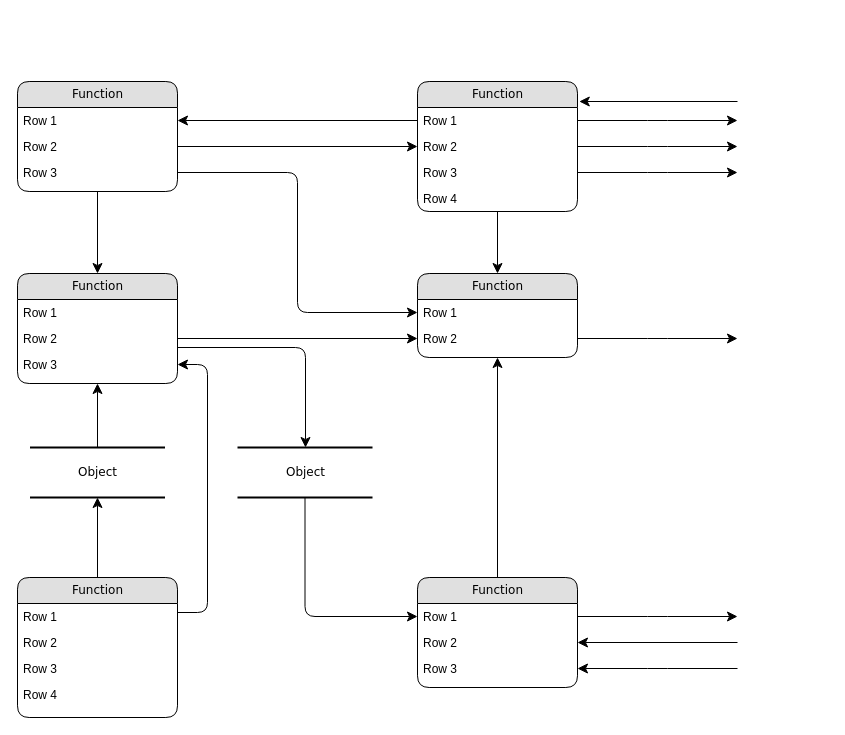
The draw.io diagram docs/source/architecture/models/Diagramme sans nom.drawio in LaurentJouron/defilepsie, before the edit. Source tidied: cells renumbered, new cells numbered last; positions are measured from the earlier drawing's top-left corner, leaving out a move shared by most shapes. Both pictures are drawn from the tidied source at 100%, with x=0, y=0 at pixel (17, 81).
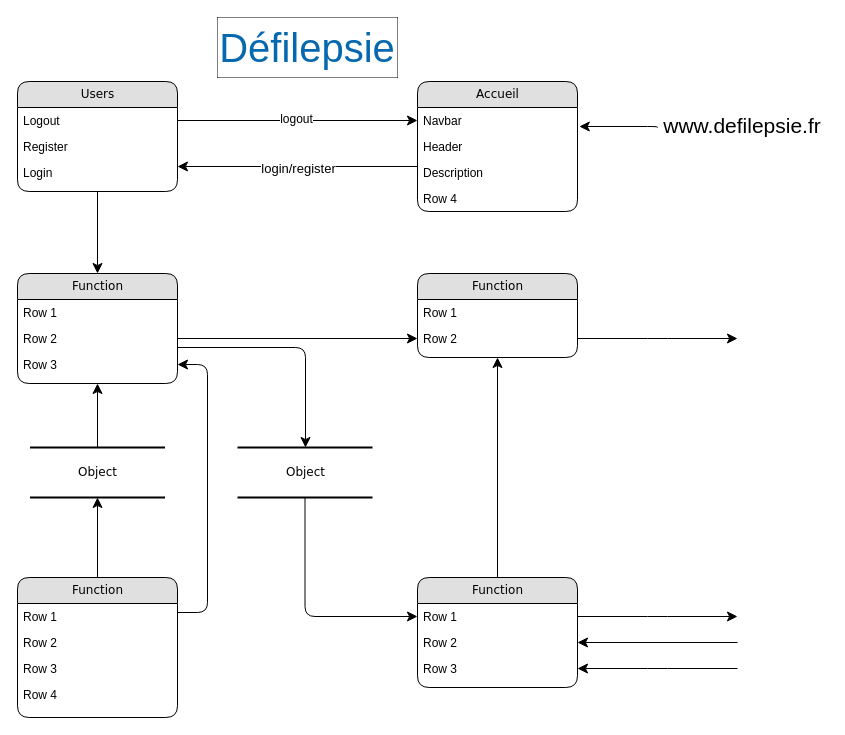
After the change.

Commit message:
Mettre à jour Diagramme sans nom.drawio

The change refers to these unchanged cells:
```xml
<mxCell id="21" value="Function" style="swimlane;html=1;fontStyle=0;horizontal=1;startSize=26;fillColor=#e0e0e0;swimlaneFillColor=#ffffff;align=center;rounded=1;shadow=0;comic=0;labelBackgroundColor=none;strokeWidth=1;fontFamily=Verdana;fontSize=12;" parent="1" vertex="1">
  <mxGeometry x="400" y="192" width="160" height="84" as="geometry" />
</mxCell>
<mxCell id="22" value="Row 1" style="text;html=1;strokeColor=none;fillColor=none;spacingLeft=4;spacingRight=4;whiteSpace=wrap;overflow=hidden;points=[[0,0.5],[1,0.5]];portConstraint=eastwest;" parent="21" vertex="1">
  <mxGeometry y="26" width="160" height="26" as="geometry" />
</mxCell>
```

The edit, as a diff of the source:
```diff
@@
-    <mxCell id="3" value="Function" style="swimlane;html=1;fontStyle=0;horizontal=1;startSize=26;fillColor=#e0e0e0;swimlaneFillColor=#ffffff;align=center;rounded=1;shadow=0;comic=0;labelBackgroundColor=none;strokeWidth=1;fontFamily=Verdana;fontSize=12;" parent="1" vertex="1">
+    <mxCell id="3" value="Users" style="swimlane;html=1;fontStyle=0;horizontal=1;startSize=26;fillColor=#e0e0e0;swimlaneFillColor=#ffffff;align=center;rounded=1;shadow=0;comic=0;labelBackgroundColor=none;strokeWidth=1;fontFamily=Verdana;fontSize=12;" parent="1" vertex="1">
       <mxGeometry width="160" height="110" as="geometry" />
     </mxCell>
+    <mxCell id="5" value="Logout" style="text;html=1;strokeColor=none;fillColor=none;spacingLeft=4;spacingRight=4;whiteSpace=wrap;overflow=hidden;points=[[0,0.5],[1,0.5]];portConstraint=eastwest;" parent="3" vertex="1">
+      <mxGeometry y="26" width="160" height="26" as="geometry" />
+    </mxCell>
-    <mxCell id="4" value="Row 1" style="text;html=1;strokeColor=none;fillColor=none;spacingLeft=4;spacingRight=4;whiteSpace=wrap;overflow=hidden;points=[[0,0.5],[1,0.5]];portConstraint=eastwest;" parent="3" vertex="1">
-      <mxGeometry y="26" width="160" height="26" as="geometry" />
+    <mxCell id="4" value="Register" style="text;html=1;strokeColor=none;fillColor=none;spacingLeft=4;spacingRight=4;whiteSpace=wrap;overflow=hidden;points=[[0,0.5],[1,0.5]];portConstraint=eastwest;" parent="3" vertex="1">
+      <mxGeometry y="52" width="160" height="26" as="geometry" />
     </mxCell>
-    <mxCell id="5" value="Row 2" style="text;html=1;strokeColor=none;fillColor=none;spacingLeft=4;spacingRight=4;whiteSpace=wrap;overflow=hidden;points=[[0,0.5],[1,0.5]];portConstraint=eastwest;" parent="3" vertex="1">
-      <mxGeometry y="52" width="160" height="26" as="geometry" />
-    </mxCell>
-    <mxCell id="6" value="Row 3" style="text;html=1;strokeColor=none;fillColor=none;spacingLeft=4;spacingRight=4;whiteSpace=wrap;overflow=hidden;points=[[0,0.5],[1,0.5]];portConstraint=eastwest;" parent="3" vertex="1">
+    <mxCell id="6" value="Login" style="text;html=1;strokeColor=none;fillColor=none;spacingLeft=4;spacingRight=4;whiteSpace=wrap;overflow=hidden;points=[[0,0.5],[1,0.5]];portConstraint=eastwest;" parent="3" vertex="1">
       <mxGeometry y="78" width="160" height="26" as="geometry" />
     </mxCell>
-    <mxCell id="7" value="Function" style="swimlane;html=1;fontStyle=0;horizontal=1;startSize=26;fillColor=#e0e0e0;swimlaneFillColor=#ffffff;align=center;rounded=1;shadow=0;comic=0;labelBackgroundColor=none;strokeWidth=1;fontFamily=Verdana;fontSize=12;" parent="1" vertex="1">
+    <mxCell id="7" value="Accueil" style="swimlane;html=1;fontStyle=0;horizontal=1;startSize=26;fillColor=#e0e0e0;swimlaneFillColor=#ffffff;align=center;rounded=1;shadow=0;comic=0;labelBackgroundColor=none;strokeWidth=1;fontFamily=Verdana;fontSize=12;" parent="1" vertex="1">
       <mxGeometry x="400" width="160" height="130" as="geometry" />
     </mxCell>
-    <mxCell id="8" value="Row 1" style="text;html=1;strokeColor=none;fillColor=none;spacingLeft=4;spacingRight=4;whiteSpace=wrap;overflow=hidden;points=[[0,0.5],[1,0.5]];portConstraint=eastwest;" parent="7" vertex="1">
+    <mxCell id="8" value="Navbar" style="text;html=1;strokeColor=none;fillColor=none;spacingLeft=4;spacingRight=4;whiteSpace=wrap;overflow=hidden;points=[[0,0.5],[1,0.5]];portConstraint=eastwest;" parent="7" vertex="1">
       <mxGeometry y="26" width="160" height="26" as="geometry" />
     </mxCell>
+    <mxCell id="10" value="Header" style="text;html=1;strokeColor=none;fillColor=none;spacingLeft=4;spacingRight=4;whiteSpace=wrap;overflow=hidden;points=[[0,0.5],[1,0.5]];portConstraint=eastwest;" parent="7" vertex="1">
+      <mxGeometry y="52" width="160" height="26" as="geometry" />
+    </mxCell>
-    <mxCell id="9" value="Row 2" style="text;html=1;strokeColor=none;fillColor=none;spacingLeft=4;spacingRight=4;whiteSpace=wrap;overflow=hidden;points=[[0,0.5],[1,0.5]];portConstraint=eastwest;" parent="7" vertex="1">
-      <mxGeometry y="52" width="160" height="26" as="geometry" />
+    <mxCell id="9" value="Description" style="text;html=1;strokeColor=none;fillColor=none;spacingLeft=4;spacingRight=4;whiteSpace=wrap;overflow=hidden;points=[[0,0.5],[1,0.5]];portConstraint=eastwest;" parent="7" vertex="1">
+      <mxGeometry y="78" width="160" height="26" as="geometry" />
     </mxCell>
-    <mxCell id="10" value="Row 3" style="text;html=1;strokeColor=none;fillColor=none;spacingLeft=4;spacingRight=4;whiteSpace=wrap;overflow=hidden;points=[[0,0.5],[1,0.5]];portConstraint=eastwest;" parent="7" vertex="1">
-      <mxGeometry y="78" width="160" height="26" as="geometry" />
-    </mxCell>
@@
-    <mxCell id="36" style="edgeStyle=orthogonalEdgeStyle;html=1;labelBackgroundColor=none;startFill=0;startSize=8;endFill=1;endSize=8;fontFamily=Verdana;fontSize=12;" parent="1" edge="1" source="7" target="21">
-      <mxGeometry relative="1" as="geometry" />
-    </mxCell>
-    <mxCell id="37" style="edgeStyle=orthogonalEdgeStyle;html=1;entryX=0;entryY=0.5;labelBackgroundColor=none;startFill=0;startSize=8;endFill=1;endSize=8;fontFamily=Verdana;fontSize=12;exitX=1;exitY=0.5;" parent="1" edge="1" source="5" target="9">
+    <mxCell id="37" style="edgeStyle=orthogonalEdgeStyle;html=1;entryX=0;entryY=0.5;labelBackgroundColor=none;startFill=0;startSize=8;endFill=1;endSize=8;fontFamily=Verdana;fontSize=12;exitX=1;exitY=0.5;entryDx=0;entryDy=0;" parent="1" edge="1" source="5" target="8">
       <mxGeometry relative="1" as="geometry" />
     </mxCell>
+    <mxCell id="49" value="&lt;font style=&quot;font-size: 12px;&quot;&gt;logout&lt;/font&gt;" style="edgeLabel;html=1;align=center;verticalAlign=middle;" parent="37" vertex="1">
+      <mxGeometry x="-0.02" y="2" relative="1" as="geometry" />
+    </mxCell>
-    <mxCell id="38" style="edgeStyle=orthogonalEdgeStyle;html=1;exitX=0;exitY=0.5;entryX=1;entryY=0.5;labelBackgroundColor=none;startFill=0;startSize=8;endFill=1;endSize=8;fontFamily=Verdana;fontSize=12;" parent="1" edge="1" source="8" target="4">
-      <mxGeometry relative="1" as="geometry" />
+    <mxCell id="38" style="edgeStyle=orthogonalEdgeStyle;html=1;labelBackgroundColor=none;startFill=0;startSize=8;endFill=1;endSize=8;fontFamily=Verdana;fontSize=12;entryX=1;entryY=0.5;entryDx=0;entryDy=0;exitX=0;exitY=0.5;exitDx=0;exitDy=0;" parent="1" edge="1">
+      <mxGeometry relative="1" as="geometry">
+        <mxPoint x="400" y="85" as="sourcePoint" />
+        <mxPoint x="160" y="85" as="targetPoint" />
+        <Array as="points">
+          <mxPoint x="300" y="85" />
+          <mxPoint x="300" y="85" />
+        </Array>
+      </mxGeometry>
     </mxCell>
-    <mxCell id="39" style="edgeStyle=orthogonalEdgeStyle;html=1;exitX=1;exitY=0.5;entryX=0;entryY=0.5;labelBackgroundColor=none;startFill=0;startSize=8;endFill=1;endSize=8;fontFamily=Verdana;fontSize=12;" parent="1" edge="1" source="6" target="22">
-      <mxGeometry relative="1" as="geometry" />
-    </mxCell>
+    <mxCell id="50" value="&lt;font style=&quot;font-size: 13px;&quot;&gt;login/register&lt;/font&gt;" style="edgeLabel;html=1;align=center;verticalAlign=middle;" parent="38" vertex="1">
+      <mxGeometry x="-0.09" y="1" relative="1" as="geometry">
+        <mxPoint x="-11" as="offset" />
+      </mxGeometry>
+    </mxCell>
@@
-    <mxCell id="45" style="edgeStyle=orthogonalEdgeStyle;html=1;exitX=1;exitY=0.5;labelBackgroundColor=none;startFill=0;startSize=8;endFill=1;endSize=8;fontFamily=Verdana;fontSize=12;" parent="1" edge="1" source="8">
-      <mxGeometry relative="1" as="geometry">
-        <mxPoint x="720" y="39" as="targetPoint" />
-      </mxGeometry>
-    </mxCell>
-    <mxCell id="46" style="edgeStyle=orthogonalEdgeStyle;html=1;exitX=1;exitY=0.5;labelBackgroundColor=none;startFill=0;startSize=8;endFill=1;endSize=8;fontFamily=Verdana;fontSize=12;" parent="1" edge="1" source="9">
-      <mxGeometry relative="1" as="geometry">
-        <mxPoint x="720" y="65" as="targetPoint" />
-      </mxGeometry>
-    </mxCell>
-    <mxCell id="47" style="edgeStyle=orthogonalEdgeStyle;html=1;exitX=1;exitY=0.5;labelBackgroundColor=none;startFill=0;startSize=8;endFill=1;endSize=8;fontFamily=Verdana;fontSize=12;" parent="1" edge="1" source="10">
-      <mxGeometry relative="1" as="geometry">
-        <mxPoint x="720" y="91" as="targetPoint" />
-      </mxGeometry>
-    </mxCell>
-    <mxCell id="48" style="edgeStyle=elbowEdgeStyle;html=1;labelBackgroundColor=none;startFill=0;startSize=8;endFill=1;endSize=8;fontFamily=Verdana;fontSize=12;elbow=vertical;entryX=1.011;entryY=0.152;entryPerimeter=0;" parent="1" edge="1" target="7">
+    <mxCell id="48" style="edgeStyle=elbowEdgeStyle;html=1;labelBackgroundColor=none;startFill=0;startSize=8;endFill=1;endSize=8;fontFamily=Verdana;fontSize=12;elbow=vertical;entryX=1.011;entryY=0.152;entryPerimeter=0;" parent="1" edge="1">
       <mxGeometry relative="1" as="geometry">
-        <mxPoint x="720" y="20" as="sourcePoint" />
+        <mxPoint x="640" y="46" as="sourcePoint" />
+        <mxPoint x="561.8" y="44.8" as="targetPoint" />
         <Array as="points">
-          <mxPoint x="650" y="20" />
+          <mxPoint x="650" y="45" />
         </Array>
       </mxGeometry>
     </mxCell>
+    <mxCell id="51" style="rounded=0;whiteSpace=wrap;html=1;" parent="1" vertex="1">
+      <mxGeometry x="200" y="-64" width="180" height="60" as="geometry" />
+    </mxCell>
+    <mxCell id="52" value="&lt;font color=&quot;#0668af&quot; style=&quot;font-size: 40px;&quot;&gt;Défilepsie&lt;/font&gt;" style="text;html=1;align=center;verticalAlign=middle;whiteSpace=wrap;rounded=0;fillColor=default;" parent="1" vertex="1">
+      <mxGeometry x="200" y="-64" width="180" height="60" as="geometry" />
+    </mxCell>
+    <mxCell id="53" value="www.defilepsie.fr" style="text;html=1;align=center;verticalAlign=middle;whiteSpace=wrap;rounded=0;fontSize=21;" parent="1" vertex="1">
+      <mxGeometry x="640" y="29" width="170" height="30" as="geometry" />
+    </mxCell>
```
